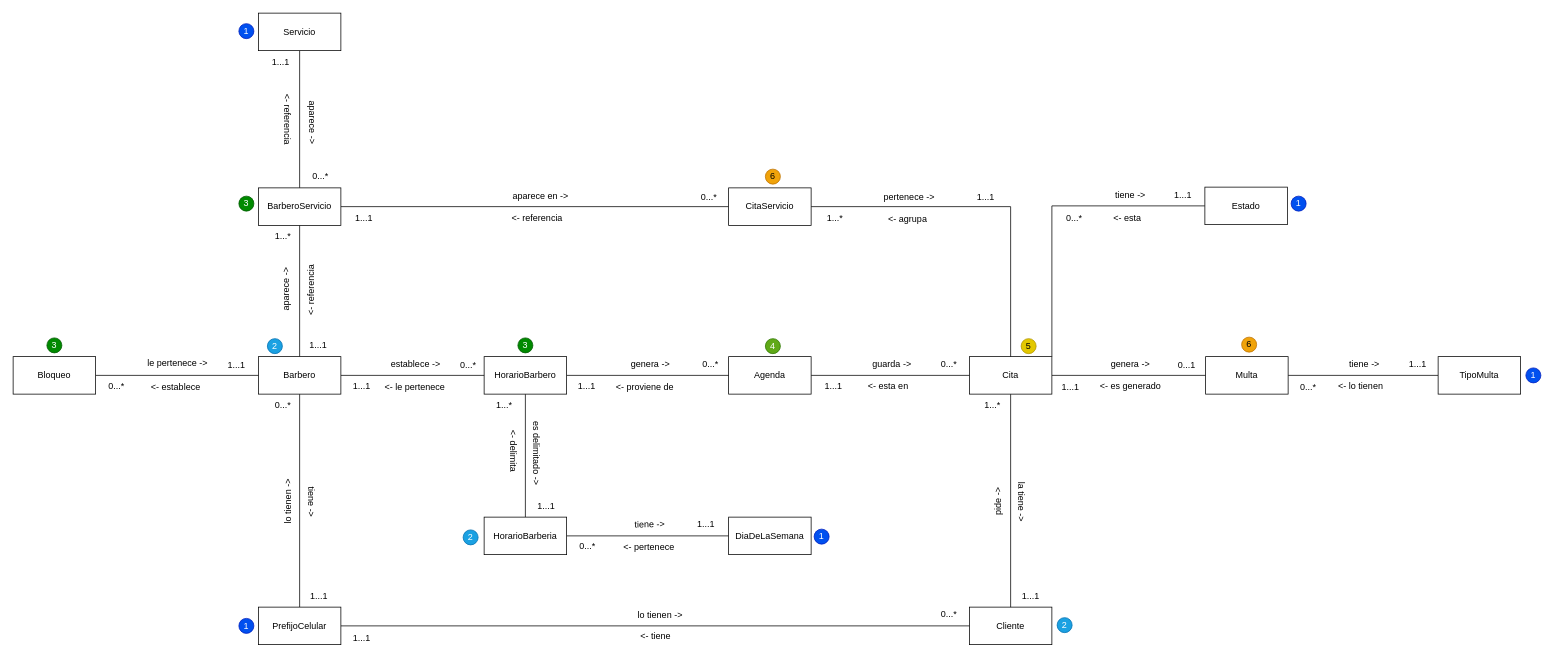
Before: Modelo de Dominio 3.drawio in Leandro-Gomez-12345/Proyecto-extra-clase-DOO, a draw.io diagram. Source tidied: cells renumbered, new cells numbered last; positions are measured from the earlier drawing's top-left corner, leaving out a move shared by most shapes. Both pictures are drawn from the tidied source at 75%, with x=0, y=0 at pixel (13, 13).
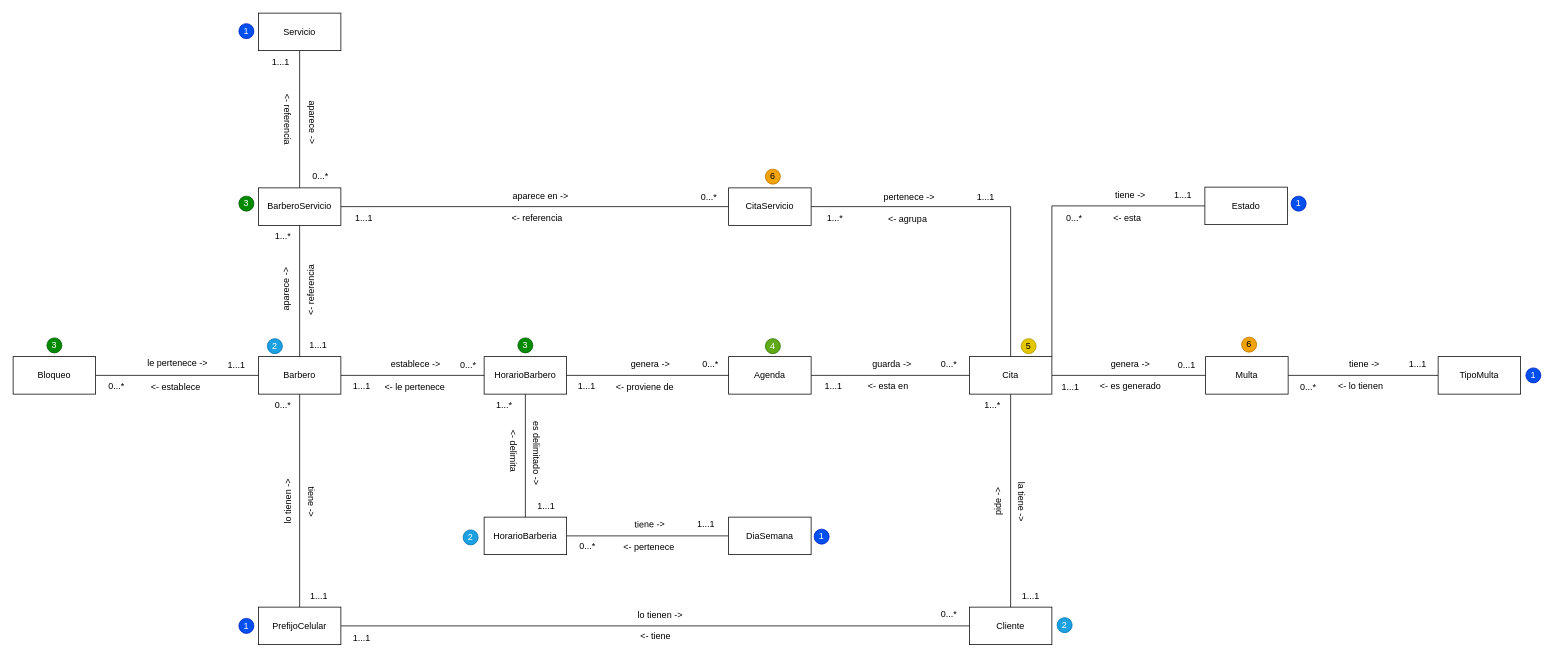
The same diagram, later.

The edit, as a diff of the source:
```diff
@@
-    <mxCell id="60" value="DiaDeLaSemana" style="rounded=0;whiteSpace=wrap;html=1;" parent="1" vertex="1">
+    <mxCell id="60" value="DiaSemana" style="rounded=0;whiteSpace=wrap;html=1;" parent="1" vertex="1">
       <mxGeometry x="954" y="672" width="110" height="50" as="geometry" />
     </mxCell>
```
